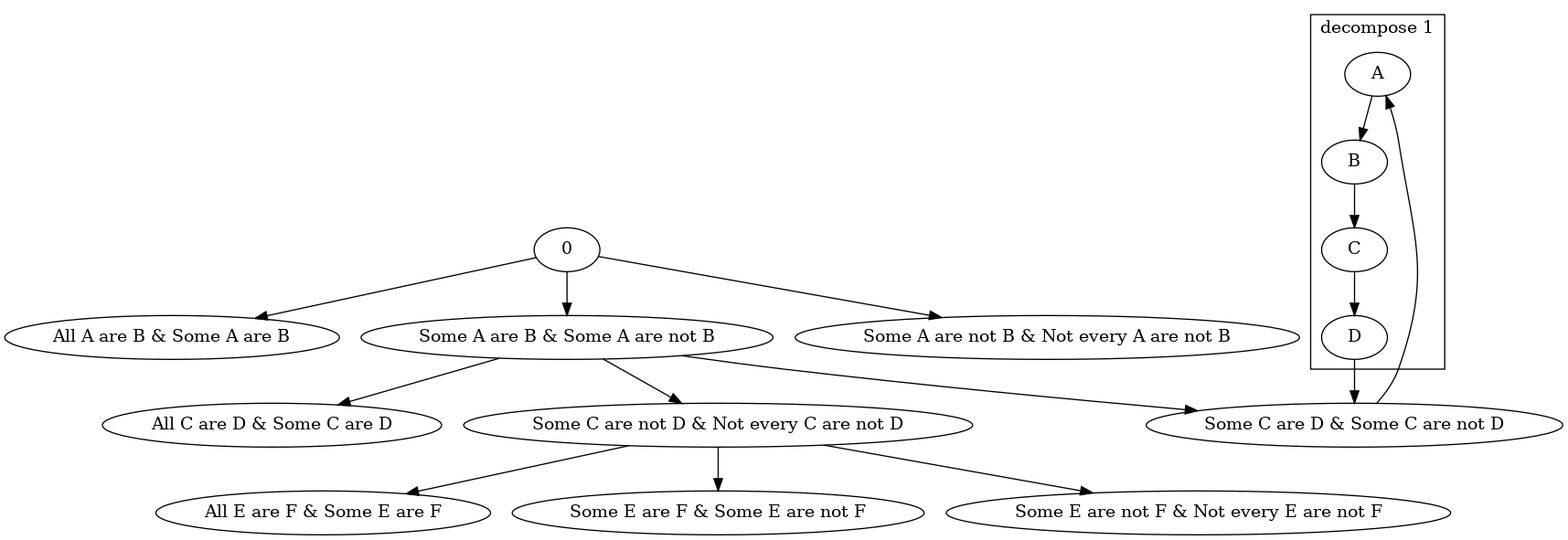
This is test.gv.png from jopyslaw/SquareOfOpposition, a Graphviz export, as it was before one commit. Its source is kept beside it as test.gv.
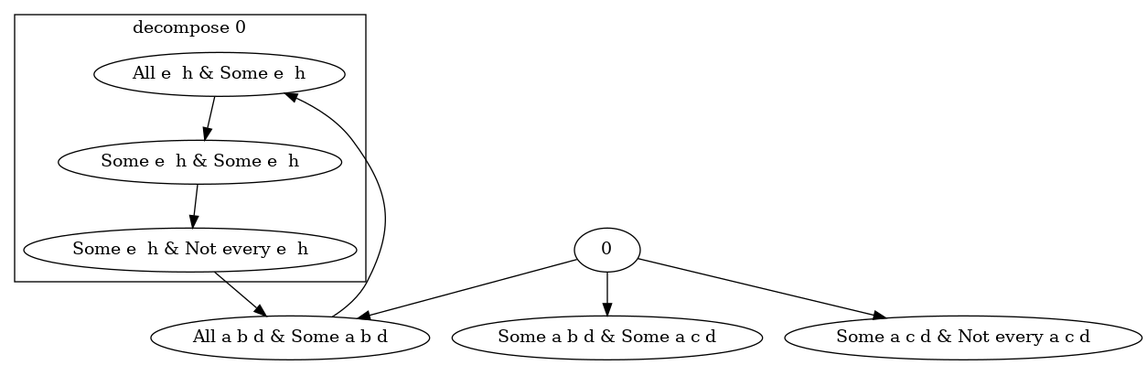
After the change.

The edit, as a diff of the source:
```diff
@@ -1,20 +1,13 @@
 digraph Spanning_tree {
-	0 -> "All A are B & Some A are B"
-	0 -> "Some A are B & Some A are not B"
-	0 -> "Some A are not B & Not every A are not B"
-	"Some A are B & Some A are not B" -> "All C are D & Some C are D"
-	"Some A are B & Some A are not B" -> "Some C are D & Some C are not D"
-	subgraph "cluster_Some C are D & Some C are not D" {
-		A -> B
-		B -> C
-		C -> D
-		label="decompose 1"
+	0 -> "All a b d & Some a b d"
+	subgraph "cluster_All a b d & Some a b d" {
+		"All e  h & Some e  h" -> "Some e  h & Some e  h"
+		"Some e  h & Some e  h" -> "Some e  h & Not every e  h"
+		label="decompose 0"
 		color=black
 	}
-	"Some C are D & Some C are not D" -> A
-	D -> "Some C are D & Some C are not D"
-	"Some A are B & Some A are not B" -> "Some C are not D & Not every C are not D"
-	"Some C are not D & Not every C are not D" -> "All E are F & Some E are F"
-	"Some C are not D & Not every C are not D" -> "Some E are F & Some E are not F"
-	"Some C are not D & Not every C are not D" -> "Some E are not F & Not every E are not F"
+	"All a b d & Some a b d" -> "All e  h & Some e  h"
+	"Some e  h & Not every e  h" -> "All a b d & Some a b d"
+	0 -> "Some a b d & Some a c d"
+	0 -> "Some a c d & Not every a c d"
 }
```
